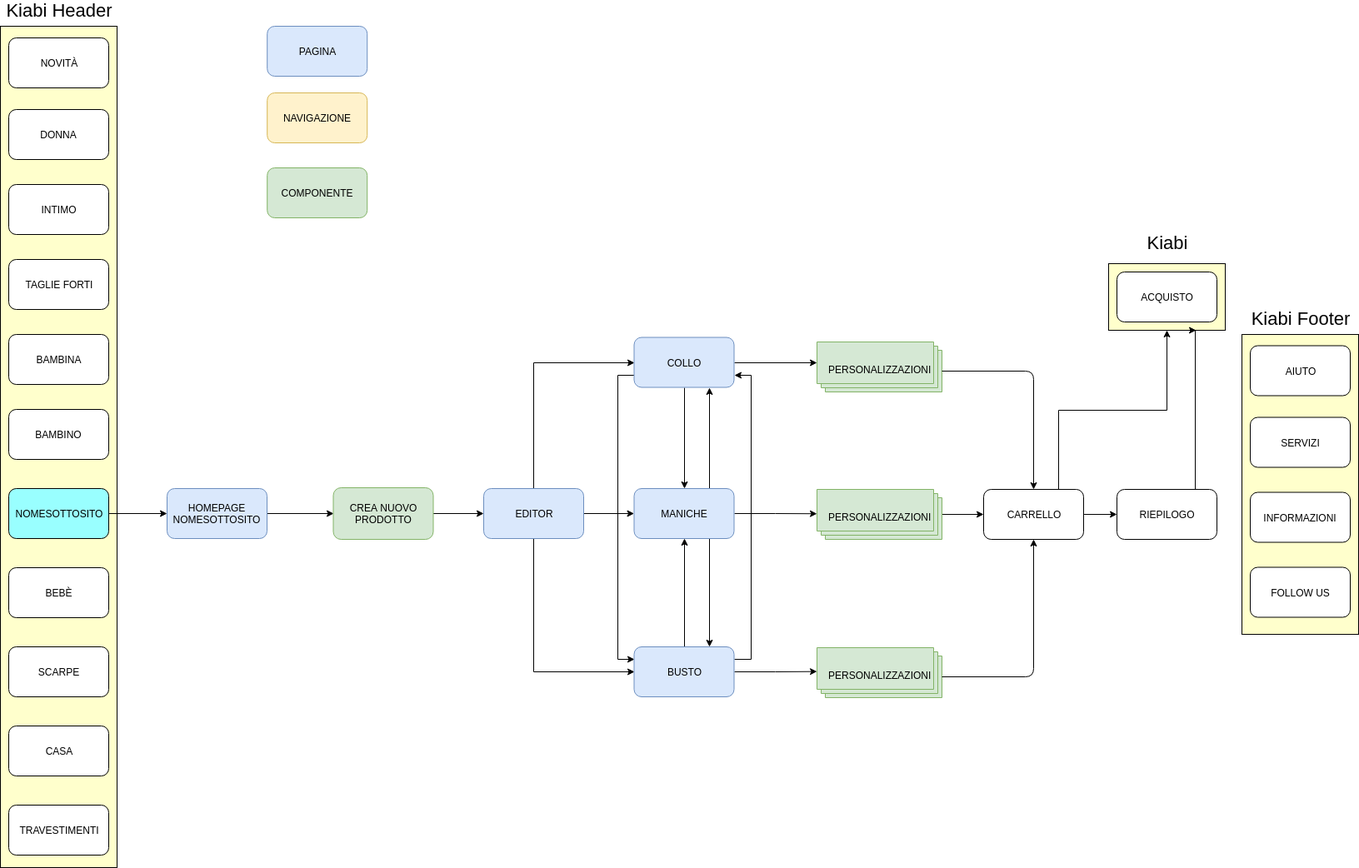
Elidor00/UUX keeps this draw.io diagram as src/img/Creazione_modello.png. Above is the earlier version. Source tidied: cells renumbered, new cells last; positions are measured from the earlier drawing's top-left corner, leaving out a move shared by most shapes. Source of this version:
```xml
<mxGraphModel>
  <root>
    <mxCell id="0" />
    <mxCell id="1" parent="0" />
    <mxCell id="2" style="rounded=0;whiteSpace=wrap;html=1;strokeColor=#000000;fillColor=#FFFFCC;" parent="1" vertex="1">
      <mxGeometry x="1330" y="314" width="140" height="80" as="geometry" />
    </mxCell>
    <mxCell id="3" style="rounded=0;whiteSpace=wrap;html=1;strokeColor=#000000;fillColor=#FFFFCC;" parent="1" vertex="1">
      <mxGeometry y="29" width="140" height="1010" as="geometry" />
    </mxCell>
    <mxCell id="4" value="PAGINA" style="rounded=1;whiteSpace=wrap;html=1;fillColor=#dae8fc;strokeColor=#6c8ebf;" parent="1" vertex="1">
      <mxGeometry x="320.2" y="29" width="120" height="60" as="geometry" />
    </mxCell>
    <mxCell id="5" value="NAVIGAZIONE" style="rounded=1;whiteSpace=wrap;html=1;fillColor=#fff2cc;strokeColor=#d6b656;" parent="1" vertex="1">
      <mxGeometry x="320.2" y="109" width="120" height="60" as="geometry" />
    </mxCell>
    <mxCell id="6" value="COMPONENTE" style="rounded=1;whiteSpace=wrap;html=1;fillColor=#d5e8d4;strokeColor=#82b366;" parent="1" vertex="1">
      <mxGeometry x="320.2" y="199" width="120" height="60" as="geometry" />
    </mxCell>
    <mxCell id="7" value="BAMBINA" style="rounded=1;whiteSpace=wrap;html=1;" parent="1" vertex="1">
      <mxGeometry x="10" y="399" width="120" height="60" as="geometry" />
    </mxCell>
    <mxCell id="8" value="INTIMO" style="rounded=1;whiteSpace=wrap;html=1;" parent="1" vertex="1">
      <mxGeometry x="10" y="219" width="120" height="60" as="geometry" />
    </mxCell>
    <mxCell id="9" value="DONNA" style="rounded=1;whiteSpace=wrap;html=1;" parent="1" vertex="1">
      <mxGeometry x="10" y="129" width="120" height="60" as="geometry" />
    </mxCell>
    <mxCell id="10" value="TAGLIE FORTI" style="rounded=1;whiteSpace=wrap;html=1;" parent="1" vertex="1">
      <mxGeometry x="10" y="309" width="120" height="60" as="geometry" />
    </mxCell>
    <mxCell id="11" value="NOVITÀ" style="rounded=1;whiteSpace=wrap;html=1;" parent="1" vertex="1">
      <mxGeometry x="10" y="43" width="120" height="60" as="geometry" />
    </mxCell>
    <mxCell id="12" value="BAMBINO&lt;br&gt;" style="rounded=1;whiteSpace=wrap;html=1;" parent="1" vertex="1">
      <mxGeometry x="10" y="489" width="120" height="60" as="geometry" />
    </mxCell>
    <mxCell id="13" style="edgeStyle=orthogonalEdgeStyle;rounded=0;jettySize=auto;html=1;exitX=1;exitY=0.5;exitDx=0;exitDy=0;entryX=0;entryY=0.5;entryDx=0;entryDy=0;fontSize=22;" parent="1" edge="1" source="14" target="21">
      <mxGeometry relative="1" as="geometry" />
    </mxCell>
    <mxCell id="14" value="NOMESOTTOSITO&lt;br&gt;" style="rounded=1;whiteSpace=wrap;html=1;fillColor=#99FFFF;strokeColor=#000000;" parent="1" vertex="1">
      <mxGeometry x="10" y="584" width="120" height="60" as="geometry" />
    </mxCell>
    <mxCell id="15" value="BEBÈ" style="rounded=1;whiteSpace=wrap;html=1;" parent="1" vertex="1">
      <mxGeometry x="10" y="679" width="120" height="60" as="geometry" />
    </mxCell>
    <mxCell id="16" value="SCARPE&lt;br&gt;" style="rounded=1;whiteSpace=wrap;html=1;" parent="1" vertex="1">
      <mxGeometry x="10" y="774" width="120" height="60" as="geometry" />
    </mxCell>
    <mxCell id="17" value="CASA&lt;br&gt;" style="rounded=1;whiteSpace=wrap;html=1;" parent="1" vertex="1">
      <mxGeometry x="10" y="869" width="120" height="60" as="geometry" />
    </mxCell>
    <mxCell id="18" value="TRAVESTIMENTI&lt;br&gt;" style="rounded=1;whiteSpace=wrap;html=1;" parent="1" vertex="1">
      <mxGeometry x="10" y="964" width="120" height="60" as="geometry" />
    </mxCell>
    <mxCell id="19" value="Kiabi Header" style="text;html=1;strokeColor=none;fillColor=none;align=center;verticalAlign=middle;whiteSpace=wrap;rounded=0;fontSize=22;" parent="1" vertex="1">
      <mxGeometry width="140" height="20" as="geometry" />
    </mxCell>
    <mxCell id="20" style="edgeStyle=orthogonalEdgeStyle;rounded=0;jettySize=auto;html=1;fontSize=22;entryX=0;entryY=0.5;entryDx=0;entryDy=0;" parent="1" edge="1" source="21" target="32">
      <mxGeometry relative="1" as="geometry" />
    </mxCell>
    <mxCell id="21" value="HOMEPAGE NOMESOTTOSITO&lt;br&gt;" style="rounded=1;whiteSpace=wrap;html=1;strokeColor=#6C8EBF;fillColor=#DAE8FC;" parent="1" vertex="1">
      <mxGeometry x="200" y="584" width="120" height="60" as="geometry" />
    </mxCell>
    <mxCell id="22" style="edgeStyle=orthogonalEdgeStyle;rounded=0;jettySize=auto;html=1;fontSize=22;" parent="1" edge="1" source="25" target="29">
      <mxGeometry relative="1" as="geometry" />
    </mxCell>
    <mxCell id="23" style="edgeStyle=orthogonalEdgeStyle;rounded=0;jettySize=auto;html=1;exitX=0.5;exitY=0;exitDx=0;exitDy=0;entryX=0;entryY=0.5;entryDx=0;entryDy=0;fontSize=22;" parent="1" edge="1" source="25" target="43">
      <mxGeometry relative="1" as="geometry" />
    </mxCell>
    <mxCell id="24" style="edgeStyle=orthogonalEdgeStyle;rounded=0;jettySize=auto;html=1;exitX=0.5;exitY=1;exitDx=0;exitDy=0;entryX=0;entryY=0.5;entryDx=0;entryDy=0;fontSize=22;" parent="1" edge="1" source="25" target="47">
      <mxGeometry relative="1" as="geometry" />
    </mxCell>
    <mxCell id="25" value="EDITOR" style="rounded=1;whiteSpace=wrap;html=1;fillColor=#dae8fc;strokeColor=#6c8ebf;" parent="1" vertex="1">
      <mxGeometry x="580" y="584" width="120" height="60" as="geometry" />
    </mxCell>
    <mxCell id="26" style="edgeStyle=orthogonalEdgeStyle;rounded=0;jettySize=auto;html=1;exitX=1;exitY=0.5;exitDx=0;exitDy=0;fontSize=22;" parent="1" edge="1" source="29">
      <mxGeometry relative="1" as="geometry">
        <mxPoint x="980" y="614.2" as="targetPoint" />
      </mxGeometry>
    </mxCell>
    <mxCell id="27" style="edgeStyle=orthogonalEdgeStyle;rounded=0;jettySize=auto;html=1;exitX=0.75;exitY=0;exitDx=0;exitDy=0;entryX=0.75;entryY=1;entryDx=0;entryDy=0;fontSize=22;" parent="1" edge="1" source="29" target="43">
      <mxGeometry relative="1" as="geometry" />
    </mxCell>
    <mxCell id="28" style="edgeStyle=orthogonalEdgeStyle;rounded=0;jettySize=auto;html=1;exitX=0.75;exitY=1;exitDx=0;exitDy=0;entryX=0.75;entryY=0;entryDx=0;entryDy=0;fontSize=22;" parent="1" edge="1" source="29" target="47">
      <mxGeometry relative="1" as="geometry" />
    </mxCell>
    <mxCell id="29" value="MANICHE" style="rounded=1;whiteSpace=wrap;html=1;fillColor=#DAE8FC;strokeColor=#6C8EBF;" parent="1" vertex="1">
      <mxGeometry x="760.5" y="584" width="120" height="60" as="geometry" />
    </mxCell>
    <mxCell id="30" value="ACQUISTO&lt;br&gt;" style="rounded=1;whiteSpace=wrap;html=1;fillColor=#FFFFFF;strokeColor=#000000;" parent="1" vertex="1">
      <mxGeometry x="1340" y="324" width="120" height="60" as="geometry" />
    </mxCell>
    <mxCell id="31" style="edgeStyle=orthogonalEdgeStyle;rounded=0;jettySize=auto;html=1;entryX=0;entryY=0.5;entryDx=0;entryDy=0;" parent="1" edge="1" source="32" target="25">
      <mxGeometry relative="1" as="geometry" />
    </mxCell>
    <mxCell id="32" value="CREA NUOVO PRODOTTO" style="rounded=1;whiteSpace=wrap;html=1;fillColor=#D5E8D4;strokeColor=#82B366;" parent="1" vertex="1">
      <mxGeometry x="399.5" y="583" width="120" height="62" as="geometry" />
    </mxCell>
    <mxCell id="33" value="Kiabi" style="text;html=1;strokeColor=none;fillColor=none;align=center;verticalAlign=middle;whiteSpace=wrap;rounded=0;fontSize=22;" parent="1" vertex="1">
      <mxGeometry x="1330" y="279" width="140" height="20" as="geometry" />
    </mxCell>
    <mxCell id="34" style="rounded=0;whiteSpace=wrap;html=1;strokeColor=#000000;fillColor=#FFFFCC;" parent="1" vertex="1">
      <mxGeometry x="1490" y="399" width="140" height="360" as="geometry" />
    </mxCell>
    <mxCell id="35" value="INFORMAZIONI" style="rounded=1;whiteSpace=wrap;html=1;" parent="1" vertex="1">
      <mxGeometry x="1500" y="588.5" width="120" height="60" as="geometry" />
    </mxCell>
    <mxCell id="36" value="SERVIZI" style="rounded=1;whiteSpace=wrap;html=1;" parent="1" vertex="1">
      <mxGeometry x="1500" y="498.5" width="120" height="60" as="geometry" />
    </mxCell>
    <mxCell id="37" value="FOLLOW US" style="rounded=1;whiteSpace=wrap;html=1;" parent="1" vertex="1">
      <mxGeometry x="1500" y="678.5" width="120" height="60" as="geometry" />
    </mxCell>
    <mxCell id="38" value="AIUTO" style="rounded=1;whiteSpace=wrap;html=1;" parent="1" vertex="1">
      <mxGeometry x="1500" y="412.5" width="120" height="60" as="geometry" />
    </mxCell>
    <mxCell id="39" value="Kiabi Footer" style="text;html=1;strokeColor=none;fillColor=none;align=center;verticalAlign=middle;whiteSpace=wrap;rounded=0;fontSize=22;" parent="1" vertex="1">
      <mxGeometry x="1490" y="369.5" width="140" height="20" as="geometry" />
    </mxCell>
    <mxCell id="40" style="edgeStyle=orthogonalEdgeStyle;rounded=0;jettySize=auto;html=1;exitX=1;exitY=0.5;exitDx=0;exitDy=0;entryX=0;entryY=0;entryDx=0;entryDy=25;entryPerimeter=0;fontSize=22;" parent="1" edge="1" source="43" target="48">
      <mxGeometry relative="1" as="geometry" />
    </mxCell>
    <mxCell id="41" style="edgeStyle=orthogonalEdgeStyle;rounded=0;jettySize=auto;html=1;exitX=0.5;exitY=1;exitDx=0;exitDy=0;entryX=0.5;entryY=0;entryDx=0;entryDy=0;fontSize=22;" parent="1" edge="1" source="43" target="29">
      <mxGeometry relative="1" as="geometry" />
    </mxCell>
    <mxCell id="42" style="edgeStyle=orthogonalEdgeStyle;rounded=0;jettySize=auto;html=1;exitX=0;exitY=0.75;exitDx=0;exitDy=0;entryX=0;entryY=0.25;entryDx=0;entryDy=0;fontSize=22;" parent="1" edge="1" source="43" target="47">
      <mxGeometry relative="1" as="geometry" />
    </mxCell>
    <mxCell id="43" value="COLLO" style="rounded=1;whiteSpace=wrap;html=1;fillColor=#DAE8FC;strokeColor=#6C8EBF;" parent="1" vertex="1">
      <mxGeometry x="760.5" y="402.5" width="120" height="60" as="geometry" />
    </mxCell>
    <mxCell id="44" style="edgeStyle=orthogonalEdgeStyle;rounded=0;jettySize=auto;html=1;exitX=1;exitY=0.5;exitDx=0;exitDy=0;fontSize=22;" parent="1" edge="1" source="47">
      <mxGeometry relative="1" as="geometry">
        <mxPoint x="980" y="803.6" as="targetPoint" />
      </mxGeometry>
    </mxCell>
    <mxCell id="45" style="edgeStyle=orthogonalEdgeStyle;rounded=0;jettySize=auto;html=1;exitX=0.5;exitY=0;exitDx=0;exitDy=0;entryX=0.5;entryY=1;entryDx=0;entryDy=0;fontSize=22;" parent="1" edge="1" source="47" target="29">
      <mxGeometry relative="1" as="geometry" />
    </mxCell>
    <mxCell id="46" style="edgeStyle=orthogonalEdgeStyle;rounded=0;jettySize=auto;html=1;exitX=1;exitY=0.25;exitDx=0;exitDy=0;entryX=1;entryY=0.75;entryDx=0;entryDy=0;fontSize=22;" parent="1" edge="1" source="47" target="43">
      <mxGeometry relative="1" as="geometry" />
    </mxCell>
    <mxCell id="47" value="BUSTO" style="rounded=1;whiteSpace=wrap;html=1;fillColor=#DAE8FC;strokeColor=#6C8EBF;" parent="1" vertex="1">
      <mxGeometry x="760.5" y="774" width="120" height="60" as="geometry" />
    </mxCell>
    <mxCell id="48" value="&lt;font style=&quot;font-size: 12px&quot;&gt;PERSONALIZZAZIONI&lt;/font&gt;" style="verticalLabelPosition=middle;verticalAlign=middle;html=1;shape=mxgraph.basic.layered_rect;dx=10;outlineConnect=0;strokeColor=#82B366;fillColor=#D5E8D4;fontSize=22;labelPosition=center;align=center;" parent="1" vertex="1">
      <mxGeometry x="980" y="408" width="150" height="60" as="geometry" />
    </mxCell>
    <mxCell id="49" value="&lt;font style=&quot;font-size: 12px&quot;&gt;PERSONALIZZAZIONI&lt;/font&gt;" style="verticalLabelPosition=middle;verticalAlign=middle;html=1;shape=mxgraph.basic.layered_rect;dx=10;outlineConnect=0;strokeColor=#82B366;fillColor=#D5E8D4;fontSize=22;labelPosition=center;align=center;" parent="1" vertex="1">
      <mxGeometry x="980" y="775" width="150" height="60" as="geometry" />
    </mxCell>
    <mxCell id="50" style="edgeStyle=orthogonalEdgeStyle;rounded=0;jettySize=auto;html=1;" parent="1" edge="1" source="51" target="54">
      <mxGeometry relative="1" as="geometry" />
    </mxCell>
    <mxCell id="51" value="&lt;font style=&quot;font-size: 12px&quot;&gt;PERSONALIZZAZIONI&lt;/font&gt;" style="verticalLabelPosition=middle;verticalAlign=middle;html=1;shape=mxgraph.basic.layered_rect;dx=10;outlineConnect=0;strokeColor=#82B366;fillColor=#D5E8D4;fontSize=22;labelPosition=center;align=center;" parent="1" vertex="1">
      <mxGeometry x="980" y="585" width="150" height="60" as="geometry" />
    </mxCell>
    <mxCell id="52" style="edgeStyle=orthogonalEdgeStyle;rounded=0;jettySize=auto;html=1;exitX=1;exitY=0.5;exitDx=0;exitDy=0;entryX=0;entryY=0.5;entryDx=0;entryDy=0;" parent="1" edge="1" source="54" target="56">
      <mxGeometry relative="1" as="geometry" />
    </mxCell>
    <mxCell id="53" style="edgeStyle=orthogonalEdgeStyle;rounded=0;jettySize=auto;html=1;exitX=0.75;exitY=0;exitDx=0;exitDy=0;entryX=0.5;entryY=1;entryDx=0;entryDy=0;" parent="1" edge="1" source="54" target="2">
      <mxGeometry relative="1" as="geometry" />
    </mxCell>
    <mxCell id="54" value="CARRELLO" style="rounded=1;whiteSpace=wrap;html=1;fillColor=#FFFFFF;strokeColor=#000000;" parent="1" vertex="1">
      <mxGeometry x="1180" y="585" width="120" height="60" as="geometry" />
    </mxCell>
    <mxCell id="55" style="edgeStyle=orthogonalEdgeStyle;rounded=0;jettySize=auto;html=1;exitX=0.5;exitY=0;exitDx=0;exitDy=0;entryX=0.75;entryY=1;entryDx=0;entryDy=0;" parent="1" edge="1" source="56" target="2">
      <mxGeometry relative="1" as="geometry">
        <Array as="points">
          <mxPoint x="1434" y="585" />
        </Array>
      </mxGeometry>
    </mxCell>
    <mxCell id="56" value="RIEPILOGO" style="rounded=1;whiteSpace=wrap;html=1;fillColor=#FFFFFF;strokeColor=#000000;" parent="1" vertex="1">
      <mxGeometry x="1340" y="585" width="120" height="60" as="geometry" />
    </mxCell>
    <mxCell id="57" style="endArrow=classic;html=1;exitX=0;exitY=0;exitDx=150;exitDy=35;exitPerimeter=0;entryX=0.5;entryY=1;entryDx=0;entryDy=0;" parent="1" edge="1" source="49" target="54">
      <mxGeometry relative="1" as="geometry">
        <Array as="points">
          <mxPoint x="1240" y="810" />
        </Array>
      </mxGeometry>
    </mxCell>
    <mxCell id="58" style="endArrow=classic;html=1;exitX=0;exitY=0;exitDx=150;exitDy=35;exitPerimeter=0;entryX=0.5;entryY=0;entryDx=0;entryDy=0;" parent="1" edge="1" source="48" target="54">
      <mxGeometry relative="1" as="geometry">
        <Array as="points">
          <mxPoint x="1240" y="443" />
        </Array>
      </mxGeometry>
    </mxCell>
  </root>
</mxGraphModel>
```
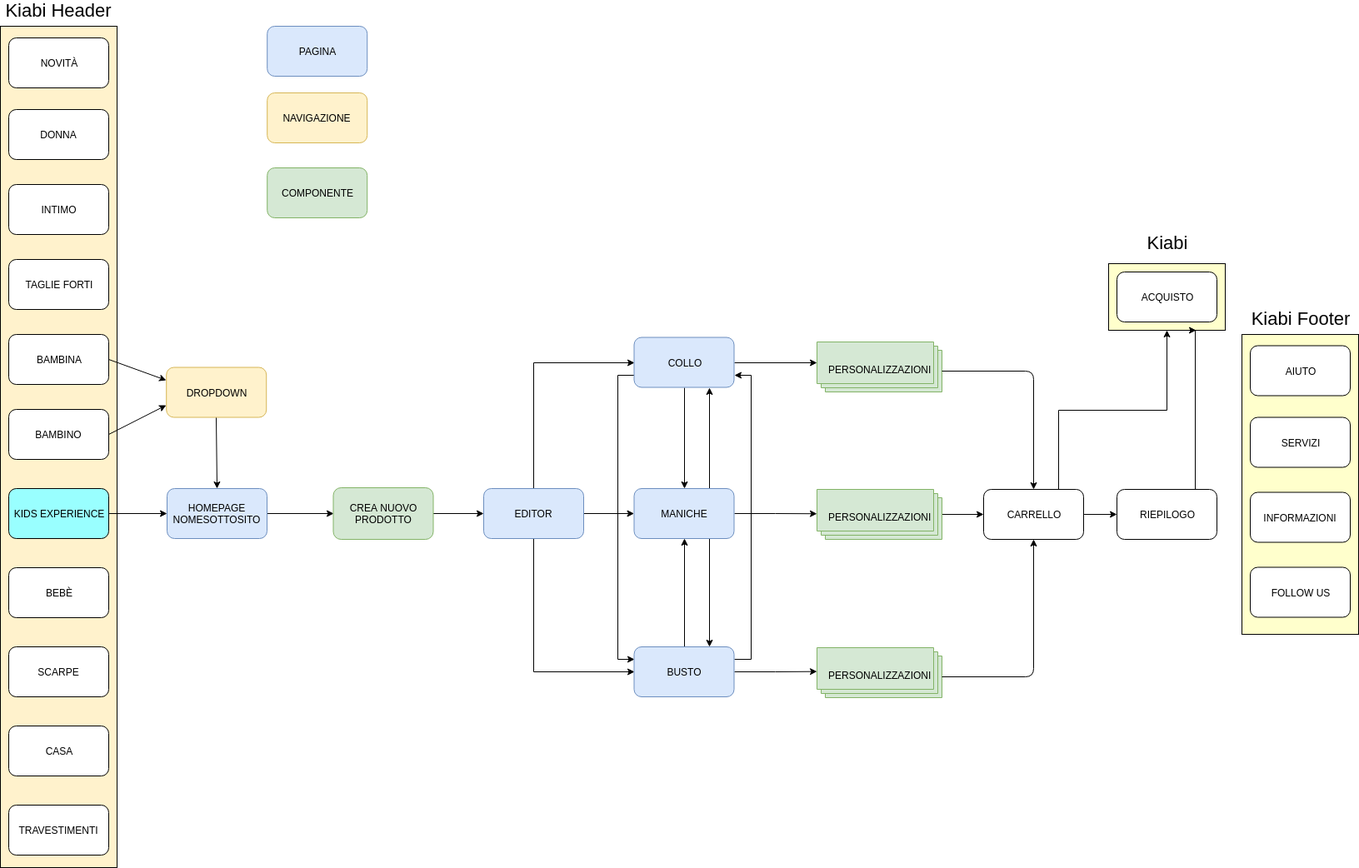
Above is the later version.

What changed in the source:
```diff
@@ -5,7 +5,7 @@
     <mxCell id="2" style="rounded=0;whiteSpace=wrap;html=1;strokeColor=#000000;fillColor=#FFFFCC;" parent="1" vertex="1">
       <mxGeometry x="1330" y="314" width="140" height="80" as="geometry" />
     </mxCell>
-    <mxCell id="3" style="rounded=0;whiteSpace=wrap;html=1;strokeColor=#000000;fillColor=#FFFFCC;" parent="1" vertex="1">
+    <mxCell id="3" style="rounded=0;whiteSpace=wrap;html=1;strokeColor=#000000;fillColor=#FFF2CC;" parent="1" vertex="1">
       <mxGeometry y="29" width="140" height="1010" as="geometry" />
     </mxCell>
     <mxCell id="4" value="PAGINA" style="rounded=1;whiteSpace=wrap;html=1;fillColor=#dae8fc;strokeColor=#6c8ebf;" parent="1" vertex="1">
@@ -38,7 +38,7 @@
     <mxCell id="13" style="edgeStyle=orthogonalEdgeStyle;rounded=0;jettySize=auto;html=1;exitX=1;exitY=0.5;exitDx=0;exitDy=0;entryX=0;entryY=0.5;entryDx=0;entryDy=0;fontSize=22;" parent="1" edge="1" source="14" target="21">
       <mxGeometry relative="1" as="geometry" />
     </mxCell>
-    <mxCell id="14" value="NOMESOTTOSITO&lt;br&gt;" style="rounded=1;whiteSpace=wrap;html=1;fillColor=#99FFFF;strokeColor=#000000;" parent="1" vertex="1">
+    <mxCell id="14" value="KIDS EXPERIENCE" style="rounded=1;whiteSpace=wrap;html=1;fillColor=#99FFFF;strokeColor=#000000;" parent="1" vertex="1">
       <mxGeometry x="10" y="584" width="120" height="60" as="geometry" />
     </mxCell>
     <mxCell id="15" value="BEBÈ" style="rounded=1;whiteSpace=wrap;html=1;" parent="1" vertex="1">
@@ -189,5 +189,19 @@
         </Array>
       </mxGeometry>
     </mxCell>
+    <mxCell id="59" value="DROPDOWN" style="rounded=1;whiteSpace=wrap;html=1;fillColor=#fff2cc;strokeColor=#d6b656;" parent="1" vertex="1">
+      <mxGeometry x="199.2" y="438.5" width="120" height="60" as="geometry" />
+    </mxCell>
+    <mxCell id="60" style="endArrow=classic;html=1;exitX=1;exitY=0.5;exitDx=0;exitDy=0;entryX=0;entryY=0.25;entryDx=0;entryDy=0;" parent="1" edge="1" source="7" target="59">
+      <mxGeometry relative="1" as="geometry" />
+    </mxCell>
+    <mxCell id="61" style="endArrow=classic;html=1;entryX=0;entryY=0.75;entryDx=0;entryDy=0;" parent="1" edge="1" target="59">
+      <mxGeometry relative="1" as="geometry">
+        <mxPoint x="130" y="519" as="sourcePoint" />
+      </mxGeometry>
+    </mxCell>
+    <mxCell id="62" style="endArrow=classic;html=1;entryX=0.5;entryY=0;entryDx=0;entryDy=0;exitX=0.5;exitY=1;exitDx=0;exitDy=0;" parent="1" edge="1" source="59" target="21">
+      <mxGeometry relative="1" as="geometry" />
+    </mxCell>
   </root>
 </mxGraphModel>
```
